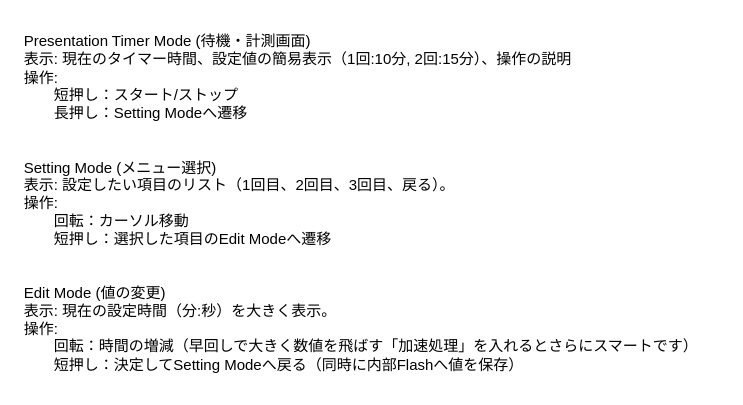
Above: page "状態遷移" (2 of 3) of タイマー装置概要.drawio in Else156/AutomaticPresentationTimer (draw.io), before the change. Source tidied: cells renumbered, new cells numbered last; positions are measured from the earlier drawing's top-left corner, leaving out a move shared by most shapes. Both pictures are drawn from the tidied source at 125%, with x=0, y=0 at pixel (21, 21).
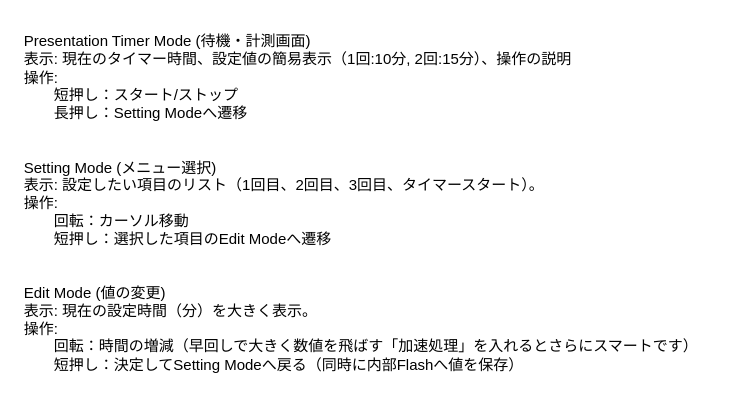
Above is the later version.

The edit, as a diff of the source:
```diff
@@
 <mxGraphModel>
   <root>
     <mxCell id="0" />
     <mxCell id="1" parent="0" />
-    <mxCell id="2" value="&lt;div&gt;Presentation Timer Mode (待機・計測画面)&lt;/div&gt;&lt;div&gt;表示: 現在のタイマー時間、設定値の簡易表示（1回:10分, 2回:15分）、操作の説明&lt;/div&gt;&lt;div&gt;&lt;span style=&quot;background-color: initial;&quot;&gt;操作:&lt;/span&gt;&lt;br&gt;&lt;/div&gt;&lt;div&gt;&lt;span style=&quot;background-color: initial;&quot;&gt;　　短押し：スタート/ストップ&lt;/span&gt;&lt;/div&gt;&lt;div&gt;　　長押し：Setting Modeへ遷移&lt;/div&gt;&lt;div&gt;&lt;br&gt;&lt;/div&gt;&lt;div&gt;&lt;br&gt;&lt;/div&gt;&lt;div&gt;Setting Mode (メニュー選択)&lt;/div&gt;&lt;div&gt;&lt;span style=&quot;background-color: initial;&quot;&gt;表示: 設定したい項目のリスト（1回目、2回目、3回目、戻る）。&lt;/span&gt;&lt;br&gt;&lt;/div&gt;&lt;div&gt;&lt;span style=&quot;background-color: initial;&quot;&gt;操作:&lt;/span&gt;&lt;br&gt;&lt;/div&gt;&lt;div&gt;&lt;span style=&quot;background-color: initial;&quot;&gt;　　回転：カーソル移動&lt;/span&gt;&lt;br&gt;&lt;/div&gt;&lt;div&gt;&lt;span style=&quot;background-color: initial;&quot;&gt;　　短押し：選択した項目のEdit Modeへ遷移&lt;/span&gt;&lt;br&gt;&lt;/div&gt;&lt;div&gt;&lt;br&gt;&lt;/div&gt;&lt;div&gt;&lt;br&gt;&lt;/div&gt;&lt;div&gt;Edit Mode (値の変更)&lt;/div&gt;&lt;div&gt;&lt;span style=&quot;background-color: initial;&quot;&gt;表示: 現在の設定時間（分:秒）を大きく表示。&lt;/span&gt;&lt;br&gt;&lt;/div&gt;&lt;div&gt;&lt;span style=&quot;background-color: initial;&quot;&gt;操作:&lt;/span&gt;&lt;br&gt;&lt;/div&gt;&lt;div&gt;&lt;span style=&quot;background-color: initial;&quot;&gt;　　回転：時間の増減（早回しで大きく数値を飛ばす「加速処理」を入れるとさらにスマートです）&lt;/span&gt;&lt;br&gt;&lt;/div&gt;&lt;div&gt;&lt;span style=&quot;background-color: initial;&quot;&gt;　　短押し：決定してSetting Modeへ戻る（同時に内部Flashへ値を保存）&lt;/span&gt;&lt;br&gt;&lt;/div&gt;" style="text;html=1;align=left;verticalAlign=middle;strokeColor=none;fillColor=none;" parent="1" vertex="1">
+    <mxCell id="2" value="&lt;div&gt;Presentation Timer Mode (待機・計測画面)&lt;/div&gt;&lt;div&gt;表示: 現在のタイマー時間、設定値の簡易表示（1回:10分, 2回:15分）、操作の説明&lt;/div&gt;&lt;div&gt;&lt;span style=&quot;background-color: initial;&quot;&gt;操作:&lt;/span&gt;&lt;br&gt;&lt;/div&gt;&lt;div&gt;&lt;span style=&quot;background-color: initial;&quot;&gt;　　短押し：スタート/ストップ&lt;/span&gt;&lt;/div&gt;&lt;div&gt;　　長押し：Setting Modeへ遷移&lt;/div&gt;&lt;div&gt;&lt;br&gt;&lt;/div&gt;&lt;div&gt;&lt;br&gt;&lt;/div&gt;&lt;div&gt;Setting Mode (メニュー選択)&lt;/div&gt;&lt;div&gt;&lt;span style=&quot;background-color: initial;&quot;&gt;表示: 設定したい項目のリスト（1回目、2回目、3回目、タイマースタート）。&lt;/span&gt;&lt;br&gt;&lt;/div&gt;&lt;div&gt;&lt;span style=&quot;background-color: initial;&quot;&gt;操作:&lt;/span&gt;&lt;br&gt;&lt;/div&gt;&lt;div&gt;&lt;span style=&quot;background-color: initial;&quot;&gt;　　回転：カーソル移動&lt;/span&gt;&lt;br&gt;&lt;/div&gt;&lt;div&gt;&lt;span style=&quot;background-color: initial;&quot;&gt;　　短押し：選択した項目のEdit Modeへ遷移&lt;/span&gt;&lt;br&gt;&lt;/div&gt;&lt;div&gt;&lt;br&gt;&lt;/div&gt;&lt;div&gt;&lt;br&gt;&lt;/div&gt;&lt;div&gt;Edit Mode (値の変更)&lt;/div&gt;&lt;div&gt;&lt;span style=&quot;background-color: initial;&quot;&gt;表示: 現在の設定時間（分）を大きく表示。&lt;/span&gt;&lt;br&gt;&lt;/div&gt;&lt;div&gt;&lt;span style=&quot;background-color: initial;&quot;&gt;操作:&lt;/span&gt;&lt;br&gt;&lt;/div&gt;&lt;div&gt;&lt;span style=&quot;background-color: initial;&quot;&gt;　　回転：時間の増減（早回しで大きく数値を飛ばす「加速処理」を入れるとさらにスマートです）&lt;/span&gt;&lt;br&gt;&lt;/div&gt;&lt;div&gt;&lt;span style=&quot;background-color: initial;&quot;&gt;　　短押し：決定してSetting Modeへ戻る（同時に内部Flashへ値を保存）&lt;/span&gt;&lt;br&gt;&lt;/div&gt;" style="text;html=1;align=left;verticalAlign=middle;strokeColor=none;fillColor=none;" parent="1" vertex="1">
       <mxGeometry width="560" height="290" as="geometry" />
     </mxCell>
   </root>
 </mxGraphModel>
```
